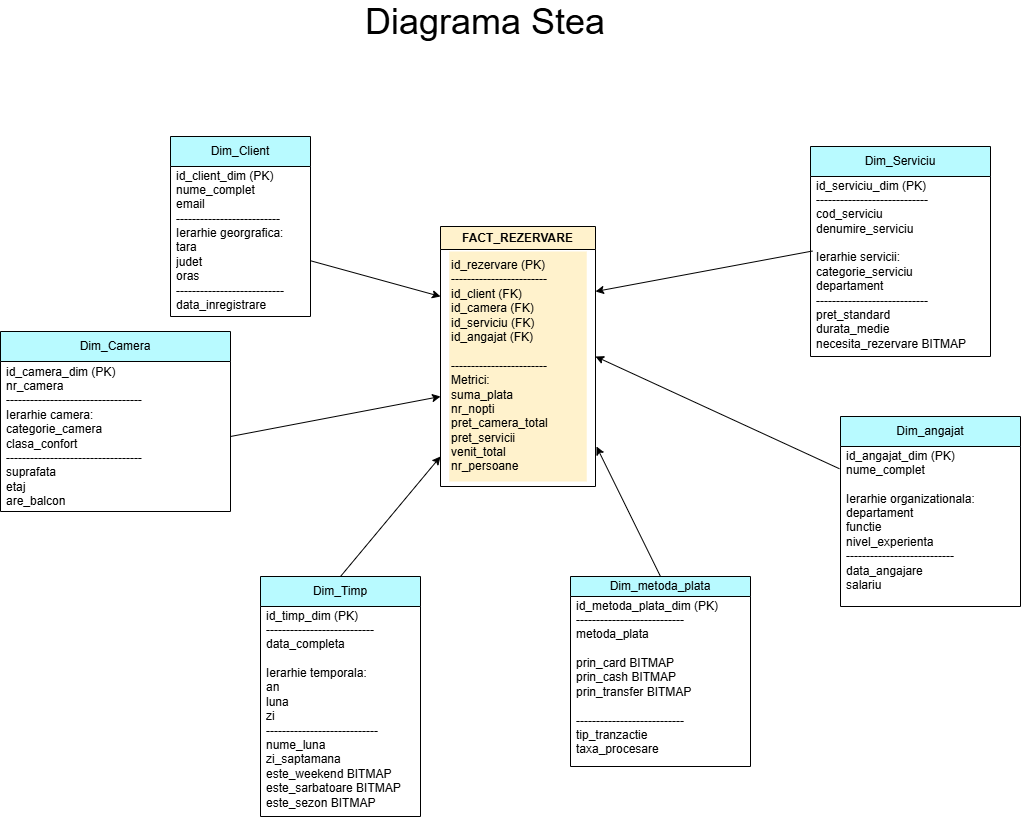
Earlier version of the draw.io export DW&BI/Diagrame/Diagramă stea.drawio.png (diana-clinciu/MODBD). Source tidied: cells renumbered, new cells last; positions are measured from the earlier drawing's top-left corner, leaving out a move shared by most shapes.
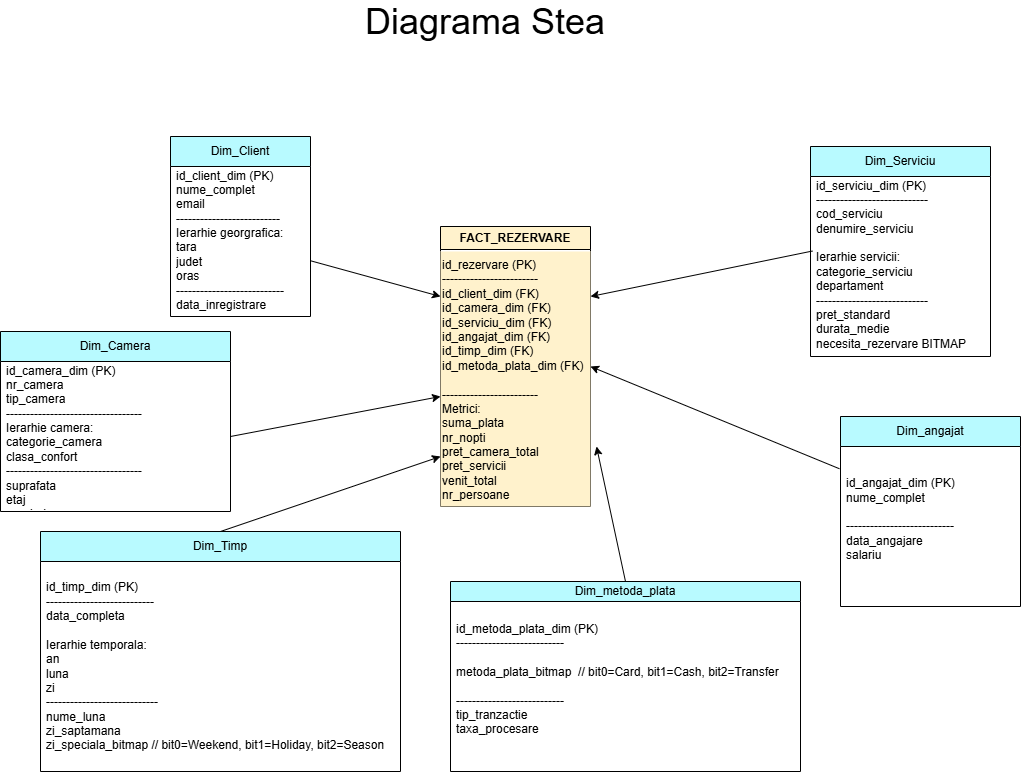
The same diagram one commit later.

Change to the diagram source:
```diff
@@ -3,11 +3,14 @@
     <mxCell id="0" />
     <mxCell id="1" parent="0" />
     <mxCell id="2" value="FACT_REZERVARE" style="swimlane;whiteSpace=wrap;html=1;fillColor=#FFF2CC;" parent="1" vertex="1">
-      <mxGeometry x="440" y="220" width="155" height="260" as="geometry" />
+      <mxGeometry x="440" y="220" width="150" height="280" as="geometry" />
     </mxCell>
-    <mxCell id="3" value="id_rezervare (PK)&lt;div&gt;------------------------&amp;nbsp;&amp;nbsp;&lt;br&gt;&lt;div&gt;id_client (FK) &lt;br&gt;id_camera (FK) &lt;br&gt;id_serviciu (FK) &lt;br&gt;id_angajat (FK)&lt;/div&gt;&lt;div&gt;&lt;br&gt;&lt;/div&gt;&lt;div&gt;------------------------&lt;/div&gt;&lt;div&gt;Metrici:&lt;/div&gt;&lt;div&gt;suma_plata&lt;/div&gt;&lt;div&gt;nr_nopti&lt;/div&gt;&lt;div&gt;pret_camera_total&lt;/div&gt;&lt;div&gt;pret_servicii&lt;/div&gt;&lt;div&gt;venit_total&lt;/div&gt;&lt;div&gt;nr_persoane&lt;/div&gt;&lt;div&gt;&lt;br&gt;&amp;nbsp; &lt;div&gt;&lt;br&gt;&lt;/div&gt;&lt;/div&gt;&lt;/div&gt;" style="text;whiteSpace=wrap;html=1;fillColor=#FFF2CC;" parent="2" vertex="1">
-      <mxGeometry x="8.8" y="25" width="137.5" height="230" as="geometry" />
+    <mxCell id="3" value="id_rezervare (PK)&lt;div&gt;------------------------&amp;nbsp;&amp;nbsp;&lt;br&gt;&lt;div&gt;id_client_dim (FK) &lt;br&gt;id_camera_dim (FK) &lt;br&gt;id_serviciu_dim (FK) &lt;br&gt;id_angajat_dim (FK)&lt;/div&gt;&lt;div&gt;id_timp_dim (FK)&lt;/div&gt;&lt;div&gt;id_metoda_plata_dim (FK)&lt;/div&gt;&lt;div&gt;&lt;br&gt;&lt;/div&gt;&lt;div&gt;------------------------&lt;/div&gt;&lt;div&gt;Metrici:&lt;/div&gt;&lt;div&gt;suma_plata&lt;/div&gt;&lt;div&gt;nr_nopti&lt;/div&gt;&lt;div&gt;pret_camera_total&lt;/div&gt;&lt;div&gt;pret_servicii&lt;/div&gt;&lt;div&gt;venit_total&lt;/div&gt;&lt;div&gt;nr_persoane&lt;/div&gt;&lt;div&gt;&lt;br&gt;&amp;nbsp; &lt;div&gt;&lt;br&gt;&lt;/div&gt;&lt;/div&gt;&lt;/div&gt;" style="text;whiteSpace=wrap;html=1;fillColor=#FFF2CC;" parent="2" vertex="1">
+      <mxGeometry y="25" width="150" height="255" as="geometry" />
     </mxCell>
+    <mxCell id="23" style="edgeStyle=orthogonalEdgeStyle;rounded=0;orthogonalLoop=1;jettySize=auto;html=1;exitX=0.5;exitY=1;exitDx=0;exitDy=0;" parent="2" edge="1" source="3" target="3">
+      <mxGeometry relative="1" as="geometry" />
+    </mxCell>
     <mxCell id="4" value="Dim_Client" style="swimlane;fontStyle=0;horizontal=1;startSize=30;whiteSpace=wrap;html=1;fillColor=#B8FAFF;" parent="1" vertex="1">
       <mxGeometry x="170" y="130" width="140" height="180" as="geometry" />
     </mxCell>
@@ -17,7 +20,7 @@
     <mxCell id="6" value="Dim_Camera" style="swimlane;fontStyle=0;horizontal=1;startSize=30;whiteSpace=wrap;html=1;fillColor=#B8FAFF;" parent="1" vertex="1">
       <mxGeometry y="325" width="230" height="180" as="geometry" />
     </mxCell>
-    <mxCell id="7" value="&lt;div&gt;id_camera_dim (PK)&lt;/div&gt;&lt;div&gt;nr_camera&lt;/div&gt;&lt;div&gt;----------------------------------&lt;/div&gt;&lt;div&gt;Ierarhie camera:&amp;nbsp;&lt;/div&gt;&lt;div&gt;categorie_camera&lt;/div&gt;&lt;div&gt;clasa_confort&lt;/div&gt;&lt;div&gt;----------------------------------&lt;/div&gt;&lt;div&gt;&lt;span style=&quot;background-color: transparent; color: light-dark(rgb(0, 0, 0), rgb(255, 255, 255));&quot;&gt;suprafata&lt;/span&gt;&lt;/div&gt;&lt;div&gt;&lt;span style=&quot;background-color: transparent; color: light-dark(rgb(0, 0, 0), rgb(255, 255, 255));&quot;&gt;etaj&lt;/span&gt;&lt;/div&gt;&lt;div&gt;are_balcon&lt;/div&gt;" style="text;strokeColor=none;fillColor=none;align=left;verticalAlign=middle;spacingLeft=4;spacingRight=4;overflow=hidden;points=[[0,0.5],[1,0.5]];portConstraint=eastwest;whiteSpace=wrap;html=1;" parent="6" vertex="1">
+    <mxCell id="7" value="&lt;div&gt;id_camera_dim (PK)&lt;/div&gt;&lt;div&gt;nr_camera&lt;/div&gt;&lt;div&gt;tip_camera&lt;/div&gt;&lt;div&gt;----------------------------------&lt;/div&gt;&lt;div&gt;Ierarhie camera:&amp;nbsp;&lt;/div&gt;&lt;div&gt;categorie_camera&lt;/div&gt;&lt;div&gt;clasa_confort&lt;/div&gt;&lt;div&gt;----------------------------------&lt;/div&gt;&lt;div&gt;&lt;span style=&quot;background-color: transparent; color: light-dark(rgb(0, 0, 0), rgb(255, 255, 255));&quot;&gt;suprafata&lt;/span&gt;&lt;/div&gt;&lt;div&gt;&lt;span style=&quot;background-color: transparent; color: light-dark(rgb(0, 0, 0), rgb(255, 255, 255));&quot;&gt;etaj&lt;/span&gt;&lt;/div&gt;&lt;div&gt;are_balcon&lt;/div&gt;" style="text;strokeColor=none;fillColor=none;align=left;verticalAlign=middle;spacingLeft=4;spacingRight=4;overflow=hidden;points=[[0,0.5],[1,0.5]];portConstraint=eastwest;whiteSpace=wrap;html=1;" parent="6" vertex="1">
       <mxGeometry y="30" width="230" height="150" as="geometry" />
     </mxCell>
     <mxCell id="8" value="Dim_Serviciu" style="swimlane;fontStyle=0;horizontal=1;startSize=30;whiteSpace=wrap;html=1;fillColor=#B8FAFF;" parent="1" vertex="1">
@@ -29,14 +32,14 @@
     <mxCell id="10" value="Dim_angajat" style="swimlane;fontStyle=0;horizontal=1;startSize=30;whiteSpace=wrap;html=1;fillColor=#B8FAFF;" parent="1" vertex="1">
       <mxGeometry x="840" y="410" width="180" height="190" as="geometry" />
     </mxCell>
-    <mxCell id="11" value="&lt;div&gt;id_angajat_dim (PK)&lt;/div&gt;&lt;div&gt;nume_complet&lt;/div&gt;&lt;div&gt;&lt;br&gt;&lt;/div&gt;&lt;div&gt;Ierarhie organizationala:&lt;/div&gt;&lt;div&gt;departament&lt;/div&gt;&lt;div&gt;functie&lt;/div&gt;&lt;div&gt;nivel_experienta&lt;/div&gt;&lt;div&gt;---------------------------&lt;/div&gt;&lt;div&gt;data_angajare&lt;/div&gt;&lt;div&gt;salariu&lt;/div&gt;&lt;div&gt;&lt;br&gt;&lt;/div&gt;" style="text;strokeColor=none;fillColor=none;align=left;verticalAlign=middle;spacingLeft=4;spacingRight=4;overflow=hidden;points=[[0,0.5],[1,0.5]];portConstraint=eastwest;whiteSpace=wrap;html=1;" parent="10" vertex="1">
+    <mxCell id="11" value="&lt;div&gt;id_angajat_dim (PK)&lt;/div&gt;&lt;div&gt;nume_complet&lt;/div&gt;&lt;div&gt;&lt;br&gt;&lt;/div&gt;&lt;div&gt;---------------------------&lt;/div&gt;&lt;div&gt;data_angajare&lt;/div&gt;&lt;div&gt;salariu&lt;/div&gt;&lt;div&gt;&lt;br&gt;&lt;/div&gt;" style="text;strokeColor=none;fillColor=none;align=left;verticalAlign=middle;spacingLeft=4;spacingRight=4;overflow=hidden;points=[[0,0.5],[1,0.5]];portConstraint=eastwest;whiteSpace=wrap;html=1;" parent="10" vertex="1">
       <mxGeometry y="30" width="180" height="160" as="geometry" />
     </mxCell>
     <mxCell id="12" value="Dim_Timp" style="swimlane;fontStyle=0;horizontal=1;startSize=30;whiteSpace=wrap;html=1;fillColor=#B8FAFF;" parent="1" vertex="1">
-      <mxGeometry x="260" y="570" width="160" height="240" as="geometry" />
+      <mxGeometry x="40" y="525" width="360" height="240" as="geometry" />
     </mxCell>
-    <mxCell id="13" value="&lt;div&gt;id_timp_dim (PK)&lt;/div&gt;&lt;div&gt;---------------------------&lt;/div&gt;&lt;div&gt;data_completa&lt;/div&gt;&lt;div&gt;&lt;span style=&quot;background-color: transparent; color: light-dark(rgb(0, 0, 0), rgb(255, 255, 255));&quot;&gt;&lt;br&gt;&lt;/span&gt;&lt;/div&gt;&lt;div&gt;&lt;span style=&quot;background-color: transparent; color: light-dark(rgb(0, 0, 0), rgb(255, 255, 255));&quot;&gt;Ierarhie temporala:&lt;/span&gt;&lt;/div&gt;&lt;div&gt;an&lt;/div&gt;&lt;div&gt;luna&lt;/div&gt;&lt;div&gt;zi&lt;/div&gt;&lt;div&gt;----------------------------&lt;/div&gt;&lt;div&gt;nume_luna&lt;/div&gt;&lt;div&gt;zi_saptamana&lt;/div&gt;&lt;div&gt;este_weekend BITMAP&lt;/div&gt;&lt;div&gt;este_sarbatoare BITMAP&lt;/div&gt;&lt;div&gt;este_sezon BITMAP&lt;/div&gt;&lt;div&gt;&lt;br&gt;&lt;/div&gt;" style="text;strokeColor=none;fillColor=none;align=left;verticalAlign=middle;spacingLeft=4;spacingRight=4;overflow=hidden;whiteSpace=wrap;html=1;" parent="12" vertex="1">
-      <mxGeometry y="30" width="160" height="210" as="geometry" />
+    <mxCell id="13" value="&lt;div&gt;id_timp_dim (PK)&lt;/div&gt;&lt;div&gt;---------------------------&lt;/div&gt;&lt;div&gt;data_completa&lt;/div&gt;&lt;div&gt;&lt;span style=&quot;background-color: transparent; color: light-dark(rgb(0, 0, 0), rgb(255, 255, 255));&quot;&gt;&lt;br&gt;&lt;/span&gt;&lt;/div&gt;&lt;div&gt;&lt;span style=&quot;background-color: transparent; color: light-dark(rgb(0, 0, 0), rgb(255, 255, 255));&quot;&gt;Ierarhie temporala:&lt;/span&gt;&lt;/div&gt;&lt;div&gt;an&lt;/div&gt;&lt;div&gt;luna&lt;/div&gt;&lt;div&gt;zi&lt;/div&gt;&lt;div&gt;----------------------------&lt;/div&gt;&lt;div&gt;nume_luna&lt;/div&gt;&lt;div&gt;zi_saptamana&lt;/div&gt;&lt;div&gt;zi_speciala_bitmap // bit0=Weekend, bit1=Holiday, bit2=Season&lt;/div&gt;" style="text;strokeColor=none;fillColor=none;align=left;verticalAlign=middle;spacingLeft=4;spacingRight=4;overflow=hidden;whiteSpace=wrap;html=1;" parent="12" vertex="1">
+      <mxGeometry y="30" width="360" height="210" as="geometry" />
     </mxCell>
     <mxCell id="14" style="endArrow=classic;html=1;rounded=0;exitX=0.011;exitY=0.414;exitDx=0;exitDy=0;exitPerimeter=0;entryX=1;entryY=0.25;entryDx=0;entryDy=0;" parent="1" edge="1" source="9" target="2">
       <mxGeometry relative="1" as="geometry" />
@@ -63,10 +66,10 @@
       <mxGeometry x="260" width="460" height="30" as="geometry" />
     </mxCell>
     <mxCell id="20" value="Dim_metoda_plata" style="swimlane;fontStyle=0;horizontal=1;startSize=20;whiteSpace=wrap;html=1;fillColor=#B8FAFF;" parent="1" vertex="1">
-      <mxGeometry x="570" y="570" width="180" height="190" as="geometry" />
+      <mxGeometry x="450" y="575" width="350" height="190" as="geometry" />
     </mxCell>
-    <mxCell id="21" value="&lt;div&gt;id_metoda_plata_dim (PK)&lt;/div&gt;&lt;div&gt;---------------------------&lt;/div&gt;&lt;div&gt;metoda_plata&lt;/div&gt;&lt;div&gt;&lt;br&gt;&lt;/div&gt;&lt;div&gt;prin_card BITMAP&lt;/div&gt;&lt;div&gt;prin_cash&amp;nbsp;&lt;span style=&quot;background-color: transparent; color: light-dark(rgb(0, 0, 0), rgb(255, 255, 255));&quot;&gt;BITMAP&lt;/span&gt;&lt;/div&gt;&lt;div&gt;prin_transfer&amp;nbsp;&lt;span style=&quot;background-color: transparent; color: light-dark(rgb(0, 0, 0), rgb(255, 255, 255));&quot;&gt;BITMAP&lt;/span&gt;&lt;/div&gt;&lt;div&gt;&lt;br&gt;&lt;/div&gt;&lt;div&gt;---------------------------&lt;/div&gt;&lt;div&gt;tip_tranzactie&lt;/div&gt;&lt;div&gt;taxa_procesare&lt;/div&gt;&lt;div&gt;&lt;br&gt;&lt;/div&gt;" style="text;strokeColor=none;fillColor=none;align=left;verticalAlign=middle;spacingLeft=4;spacingRight=4;overflow=hidden;whiteSpace=wrap;html=1;" parent="20" vertex="1">
-      <mxGeometry y="20" width="180" height="170" as="geometry" />
+    <mxCell id="21" value="&lt;div&gt;id_metoda_plata_dim (PK)&lt;/div&gt;&lt;div&gt;---------------------------&lt;/div&gt;&lt;div&gt;&lt;br&gt;&lt;/div&gt;&lt;div&gt;metoda_plata_bitmap&amp;nbsp; //&amp;nbsp;&lt;span style=&quot;background-color: transparent;&quot;&gt;bit0=Card, bit1=Cash, bit2=Transfer&lt;/span&gt;&lt;/div&gt;&lt;div&gt;&lt;br&gt;&lt;/div&gt;&lt;div&gt;---------------------------&lt;/div&gt;&lt;div&gt;tip_tranzactie&lt;/div&gt;&lt;div&gt;taxa_procesare&lt;/div&gt;&lt;div&gt;&lt;br&gt;&lt;/div&gt;" style="text;strokeColor=none;fillColor=none;align=left;verticalAlign=middle;spacingLeft=4;spacingRight=4;overflow=hidden;whiteSpace=wrap;html=1;" parent="20" vertex="1">
+      <mxGeometry y="20" width="350" height="170" as="geometry" />
     </mxCell>
     <mxCell id="22" style="endArrow=classic;html=1;rounded=0;exitX=0.5;exitY=0;exitDx=0;exitDy=0;entryX=1;entryY=0.5;entryDx=0;entryDy=0;" parent="1" edge="1" source="20">
       <mxGeometry relative="1" as="geometry">
```
